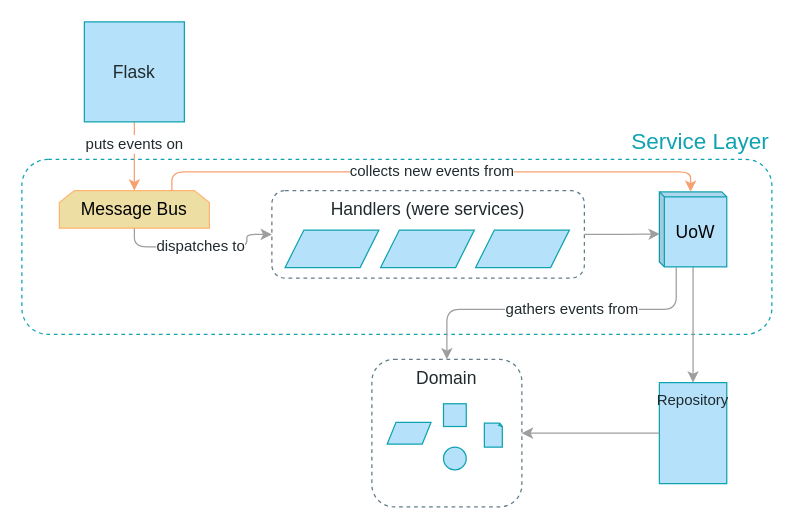
This is page "Chapter 8" (7 of 10) of maps.drawio from cosmicpython/book, a draw.io file, before an edit. Source tidied: cells renumbered, new cells numbered last; positions are measured from the earlier drawing's top-left corner, leaving out a move shared by most shapes. Both pictures are drawn from the tidied source at 125%, with x=0, y=0 at pixel (21, 21).
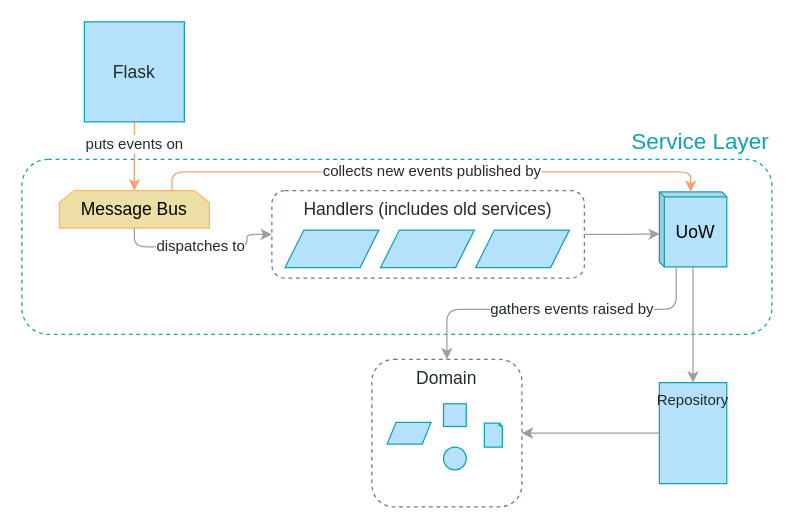
After the change.

Unchanged cells that the change refers to:
```xml
<mxCell id="6" value="UoW" style="shape=cube;whiteSpace=wrap;html=1;boundedLbl=1;backgroundOutline=1;darkOpacity=0.05;darkOpacity2=0.1;fontFamily=Guardian Sans Cond Light;fontSize=14;fontColor=#000000;align=center;strokeColor=#0FA3B1;fillColor=#B5E2FA;size=4;" parent="1" vertex="1">
  <mxGeometry x="510" y="136" width="53.9" height="60" as="geometry" />
</mxCell>
<mxCell id="7" value="Message Bus" style="shape=loopLimit;whiteSpace=wrap;html=1;fontFamily=Guardian Sans Cond Light;fontSize=14;fontColor=#000000;align=center;strokeColor=#FFB570;fillColor=#EDDEA4;size=12;" parent="1" vertex="1">
  <mxGeometry x="30" y="135" width="120" height="30" as="geometry" />
</mxCell>
<mxCell id="13" style="group;" parent="1" vertex="1">
  <mxGeometry x="190" y="135" width="272.9" height="70" as="geometry" />
</mxCell>
<mxCell id="19" value="Domain" style="rounded=1;whiteSpace=wrap;html=1;fontFamily=Guardian Sans Cond Light;verticalAlign=top;fontSize=14;fontColor=#212A2E;fillColor=none;strokeColor=#637C89;dashed=1;" parent="18" vertex="1">
  <mxGeometry width="120" height="118" as="geometry" />
</mxCell>
```

Diff of the diagram source:
```diff
@@
-    <mxCell id="9" value="gathers events from" style="edgeStyle=orthogonalEdgeStyle;jettySize=auto;html=1;strokeColor=#9e9e9e;fillColor=#B5E2FA;fontFamily=Guardian Sans Cond Light;fontSize=12;fontColor=#212A2E;exitX=0.25;exitY=1;exitDx=0;exitDy=0;entryX=0.5;entryY=0;entryDx=0;entryDy=0;" parent="1" edge="1" source="6" target="19">
+    <mxCell id="9" value="gathers events raised by" style="edgeStyle=orthogonalEdgeStyle;jettySize=auto;html=1;strokeColor=#9e9e9e;fillColor=#B5E2FA;fontFamily=Guardian Sans Cond Light;fontSize=12;fontColor=#212A2E;exitX=0.25;exitY=1;exitDx=0;exitDy=0;entryX=0.5;entryY=0;entryDx=0;entryDy=0;" parent="1" edge="1" source="6" target="19">
       <mxGeometry x="-0.08" relative="1" as="geometry">
         <Array as="points">
           <mxPoint x="523" y="230" />
           <mxPoint x="340" y="230" />
         </Array>
       </mxGeometry>
     </mxCell>
-    <mxCell id="10" value="collects new events from" style="edgeStyle=orthogonalEdgeStyle;jettySize=auto;html=1;strokeColor=#F7A072;fillColor=#B5E2FA;fontFamily=Guardian Sans Cond Light;fontSize=12;fontColor=#212A2E;entryX=0;entryY=0;entryDx=24.962184873949578;entryDy=0;entryPerimeter=0;exitX=0.75;exitY=0;exitDx=0;exitDy=0;" parent="1" edge="1" source="7" target="6">
+    <mxCell id="10" value="collects new events published by" style="edgeStyle=orthogonalEdgeStyle;jettySize=auto;html=1;strokeColor=#F7A072;fillColor=#B5E2FA;fontFamily=Guardian Sans Cond Light;fontSize=12;fontColor=#212A2E;entryX=0;entryY=0;entryDx=24.962184873949578;entryDy=0;entryPerimeter=0;exitX=0.75;exitY=0;exitDx=0;exitDy=0;" parent="1" edge="1" source="7" target="6">
       <mxGeometry relative="1" as="geometry">
         <Array as="points">
           <mxPoint x="120" y="120" />
           <mxPoint x="535" y="120" />
         </Array>
       </mxGeometry>
     </mxCell>
@@
-    <mxCell id="14" value="Handlers (were services)" style="rounded=1;whiteSpace=wrap;html=1;fontFamily=Guardian Sans Cond Light;verticalAlign=top;fontSize=14;fontColor=#212A2E;fillColor=none;strokeColor=#637C89;fontStyle=0;dashed=1;" parent="13" vertex="1">
+    <mxCell id="14" value="Handlers (includes old services)" style="rounded=1;whiteSpace=wrap;html=1;fontFamily=Guardian Sans Cond Light;verticalAlign=top;fontSize=14;fontColor=#212A2E;fillColor=none;strokeColor=#637C89;fontStyle=0;dashed=1;" parent="13" vertex="1">
       <mxGeometry x="10" width="250" height="70" as="geometry" />
     </mxCell>
```
